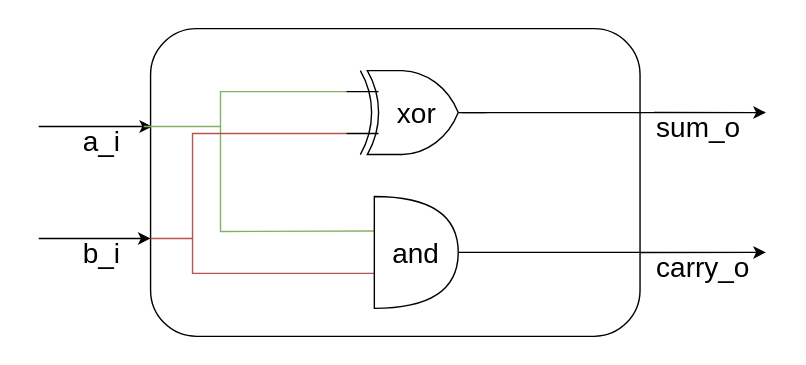
MPSU/APS keeps this draw.io diagram as .pic/Labs/lab_01_adder/fig_01.drawio.svg. Above is the earlier version. Source tidied: cells renumbered, new cells last; positions are measured from the earlier drawing's top-left corner, leaving out a move shared by most shapes. Source of this version:
```xml
<mxGraphModel>
  <root>
    <mxCell id="0" />
    <mxCell id="1" parent="0" />
    <mxCell id="2" style="rounded=1;whiteSpace=wrap;html=1;fontColor=#000000;labelBackgroundColor=none;strokeColor=#000000;fillColor=none;" parent="1" vertex="1">
      <mxGeometry x="80" width="350" height="220" as="geometry" />
    </mxCell>
    <mxCell id="3" value="a_i" style="endArrow=classic;html=1;rounded=0;entryX=0.003;entryY=0.318;entryDx=0;entryDy=0;entryPerimeter=0;fontSize=20;fontColor=#000000;labelBackgroundColor=none;strokeColor=#000000;align=left;" parent="1" edge="1" target="2">
      <mxGeometry x="-0.26" y="-10" relative="1" as="geometry">
        <mxPoint y="70" as="sourcePoint" />
      </mxGeometry>
    </mxCell>
    <mxCell id="4" value="b_i" style="endArrow=classic;html=1;rounded=0;entryX=0.003;entryY=0.318;entryDx=0;entryDy=0;entryPerimeter=0;fontSize=20;fontColor=#000000;labelBackgroundColor=none;strokeColor=#000000;align=left;" parent="1" edge="1">
      <mxGeometry x="-0.25" y="-10" relative="1" as="geometry">
        <mxPoint y="150" as="sourcePoint" />
        <mxPoint x="80" y="150" as="targetPoint" />
      </mxGeometry>
    </mxCell>
    <mxCell id="5" style="endArrow=classic;html=1;rounded=0;fontColor=#000000;labelBackgroundColor=none;strokeColor=#000000;" parent="1" edge="1">
      <mxGeometry relative="1" as="geometry">
        <mxPoint x="440" y="59.9" as="sourcePoint" />
        <mxPoint x="520" y="60" as="targetPoint" />
      </mxGeometry>
    </mxCell>
    <mxCell id="6" value="sum_o" style="edgeLabel;html=1;align=left;verticalAlign=middle;fontSize=20;fontColor=#000000;labelBackgroundColor=none;" parent="5" vertex="1">
      <mxGeometry x="-0.18" relative="1" as="geometry">
        <mxPoint x="-33" y="10" as="offset" />
      </mxGeometry>
    </mxCell>
    <mxCell id="7" value="carry_o" style="endArrow=classic;html=1;rounded=0;fontSize=20;fontColor=#000000;labelBackgroundColor=none;strokeColor=#000000;align=left;" parent="1" edge="1">
      <mxGeometry x="-0.78" y="-10" relative="1" as="geometry">
        <mxPoint x="430" y="160" as="sourcePoint" />
        <mxPoint x="520" y="160" as="targetPoint" />
      </mxGeometry>
    </mxCell>
    <mxCell id="8" style="endArrow=none;html=1;rounded=0;fontSize=20;exitX=-0.014;exitY=0.318;exitDx=0;exitDy=0;exitPerimeter=0;entryX=0;entryY=0.25;entryDx=0;entryDy=0;entryPerimeter=0;fontColor=#000000;fillColor=#d5e8d4;strokeColor=#82b366;labelBackgroundColor=none;" parent="1" edge="1" source="2" target="15">
      <mxGeometry relative="1" as="geometry">
        <Array as="points">
          <mxPoint x="130" y="70" />
          <mxPoint x="130" y="45" />
        </Array>
      </mxGeometry>
    </mxCell>
    <mxCell id="9" style="endArrow=none;html=1;rounded=0;fontSize=20;entryX=-0.005;entryY=0.309;entryDx=0;entryDy=0;entryPerimeter=0;fontColor=#000000;fillColor=#d5e8d4;strokeColor=#82b366;labelBackgroundColor=none;" parent="1" edge="1" target="14">
      <mxGeometry relative="1" as="geometry">
        <mxPoint x="130" y="70" as="sourcePoint" />
        <Array as="points">
          <mxPoint x="130" y="145" />
        </Array>
      </mxGeometry>
    </mxCell>
    <mxCell id="10" style="endArrow=none;html=1;rounded=0;fontSize=20;exitX=0;exitY=0.682;exitDx=0;exitDy=0;exitPerimeter=0;entryX=0;entryY=0.687;entryDx=0;entryDy=0;entryPerimeter=0;fillColor=#f8cecc;strokeColor=#b85450;fontColor=#000000;labelBackgroundColor=none;" parent="1" edge="1" source="2" target="14">
      <mxGeometry relative="1" as="geometry">
        <Array as="points">
          <mxPoint x="110" y="150" />
          <mxPoint x="110" y="175" />
        </Array>
      </mxGeometry>
    </mxCell>
    <mxCell id="11" style="endArrow=none;html=1;rounded=0;fontSize=20;entryX=0;entryY=0.75;entryDx=0;entryDy=0;entryPerimeter=0;fillColor=#f8cecc;strokeColor=#b85450;fontColor=#000000;labelBackgroundColor=none;" parent="1" edge="1" target="15">
      <mxGeometry relative="1" as="geometry">
        <mxPoint x="110" y="150" as="sourcePoint" />
        <Array as="points">
          <mxPoint x="110" y="75" />
        </Array>
      </mxGeometry>
    </mxCell>
    <mxCell id="12" style="endArrow=none;html=1;rounded=0;fontSize=20;fontColor=#000000;exitX=0.824;exitY=0.5;exitDx=0;exitDy=0;exitPerimeter=0;labelBackgroundColor=none;strokeColor=#000000;" parent="1" edge="1" source="15">
      <mxGeometry relative="1" as="geometry">
        <mxPoint x="440" y="60" as="targetPoint" />
      </mxGeometry>
    </mxCell>
    <mxCell id="13" style="endArrow=none;html=1;rounded=0;fontSize=20;fontColor=#000000;entryX=1;entryY=0.5;entryDx=0;entryDy=0;entryPerimeter=0;labelBackgroundColor=none;strokeColor=#000000;" parent="1" edge="1" target="14">
      <mxGeometry relative="1" as="geometry">
        <mxPoint x="430" y="160" as="sourcePoint" />
      </mxGeometry>
    </mxCell>
    <mxCell id="14" value="and" style="shape=or;whiteSpace=wrap;html=1;fontSize=20;fontColor=#000000;labelBackgroundColor=none;strokeColor=#000000;fillColor=none;" parent="1" vertex="1">
      <mxGeometry x="240" y="120" width="60" height="80" as="geometry" />
    </mxCell>
    <mxCell id="15" value="xor" style="verticalLabelPosition=middle;shadow=0;dashed=0;align=center;html=1;verticalAlign=middle;shape=mxgraph.electrical.logic_gates.logic_gate;operation=xor;fontSize=20;horizontal=1;labelPosition=center;fontColor=#000000;labelBackgroundColor=none;strokeColor=#000000;fillColor=none;" parent="1" vertex="1">
      <mxGeometry x="220" y="30" width="100" height="60" as="geometry" />
    </mxCell>
  </root>
</mxGraphModel>
```
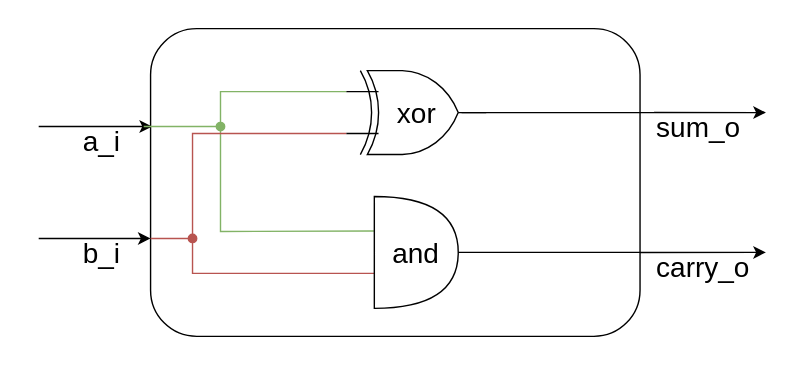
Above is the later version.

Change to the diagram source:
```diff
@@ -41,7 +41,7 @@
         </Array>
       </mxGeometry>
     </mxCell>
-    <mxCell id="9" style="endArrow=none;html=1;rounded=0;fontSize=20;entryX=-0.005;entryY=0.309;entryDx=0;entryDy=0;entryPerimeter=0;fontColor=#000000;fillColor=#d5e8d4;strokeColor=#82b366;labelBackgroundColor=none;" parent="1" edge="1" target="14">
+    <mxCell id="9" style="endArrow=none;html=1;rounded=0;fontSize=20;entryX=-0.005;entryY=0.309;entryDx=0;entryDy=0;entryPerimeter=0;fontColor=#000000;fillColor=#d5e8d4;strokeColor=#82b366;labelBackgroundColor=none;startArrow=oval;startFill=1;" parent="1" edge="1" target="14">
       <mxGeometry relative="1" as="geometry">
         <mxPoint x="130" y="70" as="sourcePoint" />
         <Array as="points">
@@ -57,7 +57,7 @@
         </Array>
       </mxGeometry>
     </mxCell>
-    <mxCell id="11" style="endArrow=none;html=1;rounded=0;fontSize=20;entryX=0;entryY=0.75;entryDx=0;entryDy=0;entryPerimeter=0;fillColor=#f8cecc;strokeColor=#b85450;fontColor=#000000;labelBackgroundColor=none;" parent="1" edge="1" target="15">
+    <mxCell id="11" style="endArrow=none;html=1;rounded=0;fontSize=20;entryX=0;entryY=0.75;entryDx=0;entryDy=0;entryPerimeter=0;fillColor=#f8cecc;strokeColor=#b85450;fontColor=#000000;labelBackgroundColor=none;startArrow=oval;startFill=1;" parent="1" edge="1" target="15">
       <mxGeometry relative="1" as="geometry">
         <mxPoint x="110" y="150" as="sourcePoint" />
         <Array as="points">
```
